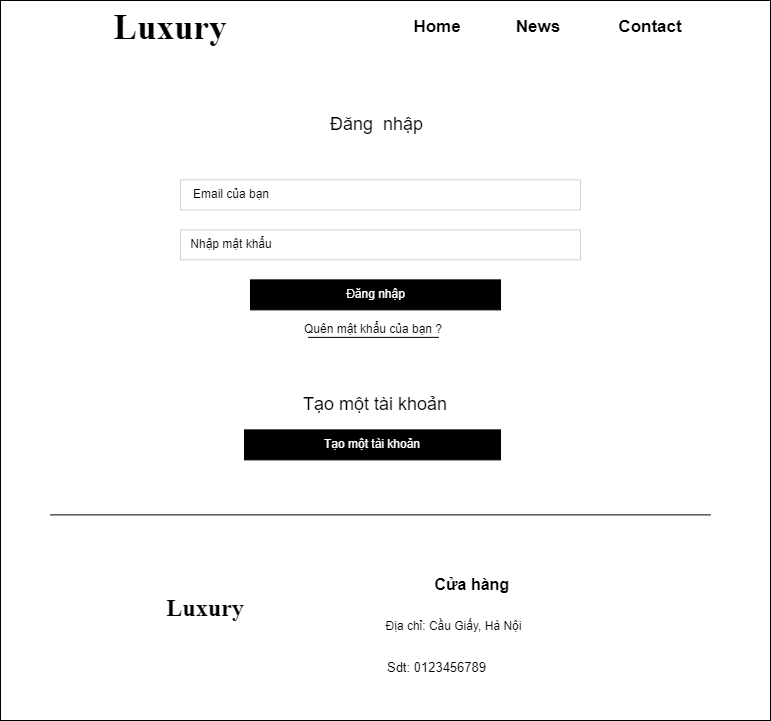
Earlier version of the draw.io export ASM/images/contact.ipad.png (yenphph/web106_yenphph). Source tidied: cells renumbered, new cells last; positions are measured from the earlier drawing's top-left corner, leaving out a move shared by most shapes. Source of this version:
```xml
<mxGraphModel background="#ffffff">
  <root>
    <mxCell id="0" />
    <mxCell id="1" parent="0" />
    <mxCell id="2" style="rounded=0;whiteSpace=wrap;html=1;" parent="1" vertex="1">
      <mxGeometry width="770" height="720" as="geometry" />
    </mxCell>
    <mxCell id="3" value="Đăng&amp;nbsp; nhập&amp;nbsp;" style="text;html=1;strokeColor=none;fillColor=none;align=center;verticalAlign=middle;whiteSpace=wrap;rounded=0;fontSize=18;" parent="1" vertex="1">
      <mxGeometry x="324" y="109.4" width="110" height="30" as="geometry" />
    </mxCell>
    <mxCell id="4" style="rounded=0;whiteSpace=wrap;html=1;strokeWidth=0;" parent="1" vertex="1">
      <mxGeometry x="180" y="179.4" width="400" height="30" as="geometry" />
    </mxCell>
    <mxCell id="5" style="rounded=0;whiteSpace=wrap;html=1;strokeWidth=0;" parent="1" vertex="1">
      <mxGeometry x="180" y="229.4" width="400" height="30" as="geometry" />
    </mxCell>
    <mxCell id="6" value="Email của bạn" style="text;html=1;strokeColor=none;fillColor=none;align=center;verticalAlign=middle;whiteSpace=wrap;rounded=0;" parent="1" vertex="1">
      <mxGeometry x="181" y="179.4" width="100" height="30" as="geometry" />
    </mxCell>
    <mxCell id="7" value="Nhập mật khẩu" style="text;html=1;strokeColor=none;fillColor=none;align=center;verticalAlign=middle;whiteSpace=wrap;rounded=0;" parent="1" vertex="1">
      <mxGeometry x="181" y="229.4" width="100" height="30" as="geometry" />
    </mxCell>
    <mxCell id="8" style="rounded=0;whiteSpace=wrap;html=1;strokeWidth=1;fillColor=#000000;" parent="1" vertex="1">
      <mxGeometry x="250" y="279.4" width="250" height="30" as="geometry" />
    </mxCell>
    <mxCell id="9" value="Đăng nhập" style="text;html=1;strokeColor=none;fillColor=none;align=center;verticalAlign=middle;whiteSpace=wrap;rounded=0;fontColor=#FFFFFF;" parent="1" vertex="1">
      <mxGeometry x="334.5" y="279.4" width="81" height="30" as="geometry" />
    </mxCell>
    <mxCell id="10" value="Quên mật khẩu của bạn ?" style="text;html=1;strokeColor=none;fillColor=none;align=center;verticalAlign=middle;whiteSpace=wrap;rounded=0;" parent="1" vertex="1">
      <mxGeometry x="300" y="309.4" width="146" height="40" as="geometry" />
    </mxCell>
    <mxCell id="11" style="line;strokeWidth=1;html=1;" parent="1" vertex="1">
      <mxGeometry x="307.5" y="329.4" width="131" height="15" as="geometry" />
    </mxCell>
    <mxCell id="12" value="&lt;font style=&quot;font-size: 18px;&quot;&gt;Tạo một tài khoản&lt;/font&gt;" style="text;html=1;strokeColor=none;fillColor=none;align=center;verticalAlign=middle;whiteSpace=wrap;rounded=0;fontSize=18;" parent="1" vertex="1">
      <mxGeometry x="290" y="389.4" width="170" height="30" as="geometry" />
    </mxCell>
    <mxCell id="13" value="&lt;font color=&quot;#ffffff&quot;&gt;Tạo một tài khoản&lt;/font&gt;" style="rounded=0;whiteSpace=wrap;html=1;strokeWidth=1;strokeColor=#000000;fillColor=#000000;" parent="1" vertex="1">
      <mxGeometry x="244" y="429.4" width="256" height="30" as="geometry" />
    </mxCell>
    <mxCell id="14" style="line;strokeWidth=1;dashed=0;labelPosition=right;align=left;verticalAlign=middle;spacingTop=0;spacingLeft=6;" parent="1" vertex="1">
      <mxGeometry x="50" y="509.4" width="660" height="10" as="geometry" />
    </mxCell>
    <mxCell id="15" value="&lt;font style=&quot;font-size: 24px;&quot;&gt;Luxury&lt;/font&gt;" style="text;html=1;strokeColor=none;fillColor=none;align=center;verticalAlign=middle;whiteSpace=wrap;rounded=0;fontSize=35;fontStyle=1;fontFamily=Times New Roman;" parent="1" vertex="1">
      <mxGeometry x="150" y="589.4" width="110" height="30" as="geometry" />
    </mxCell>
    <mxCell id="16" value="Cửa hàng&amp;nbsp;" style="text;html=1;strokeColor=none;fillColor=none;align=center;verticalAlign=middle;whiteSpace=wrap;rounded=0;fontSize=16;fontStyle=1;" parent="1" vertex="1">
      <mxGeometry x="380" y="569.4" width="188" height="30" as="geometry" />
    </mxCell>
    <mxCell id="17" value="Địa chỉ: Cầu Giấy, Hà Nội" style="text;html=1;align=center;verticalAlign=middle;strokeColor=none;fillColor=none;fontSize=12;" parent="1" vertex="1">
      <mxGeometry x="370" y="609.4" width="165" height="33" as="geometry" />
    </mxCell>
    <mxCell id="18" value="Sdt: 0123456789" style="text;html=1;strokeColor=none;fillColor=none;align=center;verticalAlign=middle;whiteSpace=wrap;rounded=0;fontSize=13;" parent="1" vertex="1">
      <mxGeometry x="373" y="659.4" width="127" height="15" as="geometry" />
    </mxCell>
    <mxCell id="19" value="&lt;span style=&quot;font-size: 17px;&quot;&gt;&lt;b&gt;Home&lt;/b&gt;&lt;/span&gt;" style="text;html=1;strokeColor=none;fillColor=none;align=center;verticalAlign=middle;whiteSpace=wrap;rounded=0;" parent="1" vertex="1">
      <mxGeometry x="394.5" y="11.6" width="84" height="30" as="geometry" />
    </mxCell>
    <mxCell id="20" value="&lt;b&gt;&lt;font style=&quot;font-size: 17px;&quot;&gt;News&lt;/font&gt;&lt;/b&gt;" style="text;html=1;strokeColor=none;fillColor=none;align=center;verticalAlign=middle;whiteSpace=wrap;rounded=0;" parent="1" vertex="1">
      <mxGeometry x="508" y="11.6" width="60" height="30" as="geometry" />
    </mxCell>
    <mxCell id="21" value="&lt;span style=&quot;font-size: 17px;&quot;&gt;&lt;b&gt;Contact&lt;/b&gt;&lt;/span&gt;" style="text;html=1;strokeColor=none;fillColor=none;align=center;verticalAlign=middle;whiteSpace=wrap;rounded=0;" parent="1" vertex="1">
      <mxGeometry x="620" y="11.6" width="60" height="30" as="geometry" />
    </mxCell>
    <mxCell id="22" value="Luxury" style="text;html=1;strokeColor=none;fillColor=none;align=center;verticalAlign=middle;whiteSpace=wrap;rounded=0;fontSize=35;fontStyle=1;fontFamily=Times New Roman;" parent="1" vertex="1">
      <mxGeometry x="90" width="160" height="53.1" as="geometry" />
    </mxCell>
  </root>
</mxGraphModel>
```
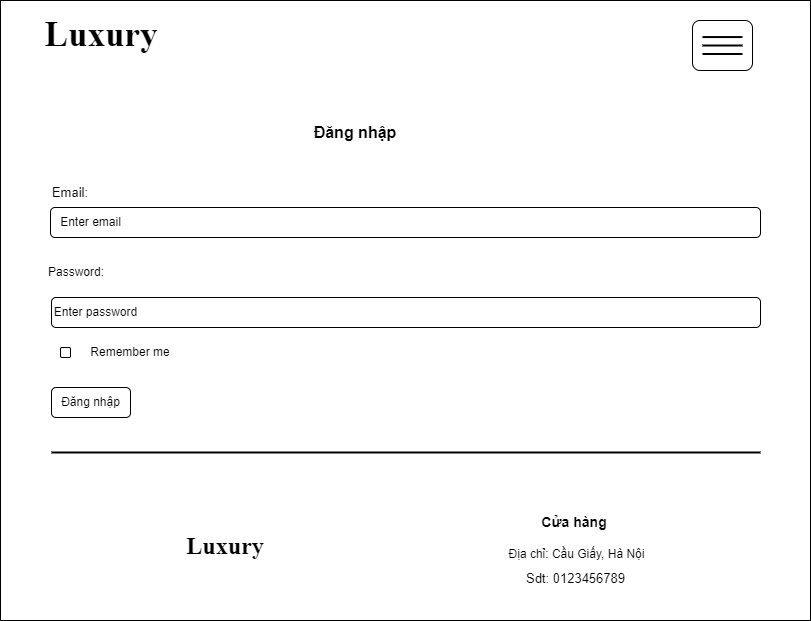
After the commit.

The edit, as a diff of the source:
```diff
@@ -2,68 +2,71 @@
   <root>
     <mxCell id="0" />
     <mxCell id="1" parent="0" />
-    <mxCell id="2" style="rounded=0;whiteSpace=wrap;html=1;" parent="1" vertex="1">
-      <mxGeometry width="770" height="720" as="geometry" />
-    </mxCell>
-    <mxCell id="3" value="Đăng&amp;nbsp; nhập&amp;nbsp;" style="text;html=1;strokeColor=none;fillColor=none;align=center;verticalAlign=middle;whiteSpace=wrap;rounded=0;fontSize=18;" parent="1" vertex="1">
-      <mxGeometry x="324" y="109.4" width="110" height="30" as="geometry" />
-    </mxCell>
-    <mxCell id="4" style="rounded=0;whiteSpace=wrap;html=1;strokeWidth=0;" parent="1" vertex="1">
-      <mxGeometry x="180" y="179.4" width="400" height="30" as="geometry" />
-    </mxCell>
-    <mxCell id="5" style="rounded=0;whiteSpace=wrap;html=1;strokeWidth=0;" parent="1" vertex="1">
-      <mxGeometry x="180" y="229.4" width="400" height="30" as="geometry" />
-    </mxCell>
-    <mxCell id="6" value="Email của bạn" style="text;html=1;strokeColor=none;fillColor=none;align=center;verticalAlign=middle;whiteSpace=wrap;rounded=0;" parent="1" vertex="1">
-      <mxGeometry x="181" y="179.4" width="100" height="30" as="geometry" />
-    </mxCell>
-    <mxCell id="7" value="Nhập mật khẩu" style="text;html=1;strokeColor=none;fillColor=none;align=center;verticalAlign=middle;whiteSpace=wrap;rounded=0;" parent="1" vertex="1">
-      <mxGeometry x="181" y="229.4" width="100" height="30" as="geometry" />
-    </mxCell>
-    <mxCell id="8" style="rounded=0;whiteSpace=wrap;html=1;strokeWidth=1;fillColor=#000000;" parent="1" vertex="1">
-      <mxGeometry x="250" y="279.4" width="250" height="30" as="geometry" />
-    </mxCell>
-    <mxCell id="9" value="Đăng nhập" style="text;html=1;strokeColor=none;fillColor=none;align=center;verticalAlign=middle;whiteSpace=wrap;rounded=0;fontColor=#FFFFFF;" parent="1" vertex="1">
-      <mxGeometry x="334.5" y="279.4" width="81" height="30" as="geometry" />
-    </mxCell>
-    <mxCell id="10" value="Quên mật khẩu của bạn ?" style="text;html=1;strokeColor=none;fillColor=none;align=center;verticalAlign=middle;whiteSpace=wrap;rounded=0;" parent="1" vertex="1">
-      <mxGeometry x="300" y="309.4" width="146" height="40" as="geometry" />
-    </mxCell>
-    <mxCell id="11" style="line;strokeWidth=1;html=1;" parent="1" vertex="1">
-      <mxGeometry x="307.5" y="329.4" width="131" height="15" as="geometry" />
-    </mxCell>
-    <mxCell id="12" value="&lt;font style=&quot;font-size: 18px;&quot;&gt;Tạo một tài khoản&lt;/font&gt;" style="text;html=1;strokeColor=none;fillColor=none;align=center;verticalAlign=middle;whiteSpace=wrap;rounded=0;fontSize=18;" parent="1" vertex="1">
-      <mxGeometry x="290" y="389.4" width="170" height="30" as="geometry" />
-    </mxCell>
-    <mxCell id="13" value="&lt;font color=&quot;#ffffff&quot;&gt;Tạo một tài khoản&lt;/font&gt;" style="rounded=0;whiteSpace=wrap;html=1;strokeWidth=1;strokeColor=#000000;fillColor=#000000;" parent="1" vertex="1">
-      <mxGeometry x="244" y="429.4" width="256" height="30" as="geometry" />
-    </mxCell>
-    <mxCell id="14" style="line;strokeWidth=1;dashed=0;labelPosition=right;align=left;verticalAlign=middle;spacingTop=0;spacingLeft=6;" parent="1" vertex="1">
-      <mxGeometry x="50" y="509.4" width="660" height="10" as="geometry" />
-    </mxCell>
+    <mxCell id="23" style="rounded=0;whiteSpace=wrap;html=1;" parent="1" vertex="1">
+      <mxGeometry y="-40" width="810" height="620" as="geometry" />
+    </mxCell>
+    <mxCell id="22" value="Luxury" style="text;html=1;strokeColor=none;fillColor=none;align=center;verticalAlign=middle;whiteSpace=wrap;rounded=0;fontSize=35;fontStyle=1;fontFamily=Times New Roman;" parent="1" vertex="1">
+      <mxGeometry x="46" y="-33" width="110" height="53.1" as="geometry" />
+    </mxCell>
+    <mxCell id="24" value="Đăng nhập" style="text;html=1;strokeColor=none;fillColor=none;align=center;verticalAlign=middle;whiteSpace=wrap;rounded=0;fontStyle=1;fontSize=16;" parent="1" vertex="1">
+      <mxGeometry x="300" y="77" width="110" height="30" as="geometry" />
+    </mxCell>
+    <mxCell id="25" value="&lt;font style=&quot;font-size: 13px;&quot;&gt;Email:&lt;/font&gt;" style="text;html=1;strokeColor=none;fillColor=none;align=center;verticalAlign=middle;whiteSpace=wrap;rounded=0;" parent="1" vertex="1">
+      <mxGeometry x="30" y="137" width="80" height="30" as="geometry" />
+    </mxCell>
+    <mxCell id="26" style="rounded=1;whiteSpace=wrap;html=1;" parent="1" vertex="1">
+      <mxGeometry x="50" y="167" width="710" height="30" as="geometry" />
+    </mxCell>
+    <mxCell id="27" value="Enter email" style="text;html=1;strokeColor=none;fillColor=none;align=center;verticalAlign=middle;whiteSpace=wrap;rounded=0;" parent="1" vertex="1">
+      <mxGeometry x="51" y="167" width="79" height="30" as="geometry" />
+    </mxCell>
+    <mxCell id="28" value="Password:" style="text;html=1;strokeColor=none;fillColor=none;align=center;verticalAlign=middle;whiteSpace=wrap;rounded=0;" parent="1" vertex="1">
+      <mxGeometry x="46" y="217" width="60" height="30" as="geometry" />
+    </mxCell>
+    <mxCell id="29" style="rounded=1;whiteSpace=wrap;html=1;" parent="1" vertex="1">
+      <mxGeometry x="51" y="257" width="709" height="30" as="geometry" />
+    </mxCell>
+    <mxCell id="30" value="Enter password" style="text;html=1;strokeColor=none;fillColor=none;align=center;verticalAlign=middle;whiteSpace=wrap;rounded=0;" parent="1" vertex="1">
+      <mxGeometry x="51" y="257" width="89" height="30" as="geometry" />
+    </mxCell>
+    <mxCell id="31" style="rounded=1;whiteSpace=wrap;html=1;" parent="1" vertex="1">
+      <mxGeometry x="60" y="307" width="10" height="10" as="geometry" />
+    </mxCell>
+    <mxCell id="32" value="Remember me" style="text;html=1;strokeColor=none;fillColor=none;align=center;verticalAlign=middle;whiteSpace=wrap;rounded=0;" parent="1" vertex="1">
+      <mxGeometry x="80" y="297" width="100" height="30" as="geometry" />
+    </mxCell>
+    <mxCell id="33" style="rounded=1;whiteSpace=wrap;html=1;" parent="1" vertex="1">
+      <mxGeometry x="51" y="347" width="79" height="30" as="geometry" />
+    </mxCell>
+    <mxCell id="34" value="Đăng nhập" style="text;html=1;strokeColor=none;fillColor=none;align=center;verticalAlign=middle;whiteSpace=wrap;rounded=0;" parent="1" vertex="1">
+      <mxGeometry x="51" y="347" width="79" height="30" as="geometry" />
+    </mxCell>
+    <mxCell id="35" style="line;strokeWidth=2;html=1;" parent="1" vertex="1">
+      <mxGeometry x="51" y="407" width="709" height="10" as="geometry" />
+    </mxCell>
     <mxCell id="15" value="&lt;font style=&quot;font-size: 24px;&quot;&gt;Luxury&lt;/font&gt;" style="text;html=1;strokeColor=none;fillColor=none;align=center;verticalAlign=middle;whiteSpace=wrap;rounded=0;fontSize=35;fontStyle=1;fontFamily=Times New Roman;" parent="1" vertex="1">
-      <mxGeometry x="150" y="589.4" width="110" height="30" as="geometry" />
+      <mxGeometry x="170" y="487" width="110" height="30" as="geometry" />
     </mxCell>
-    <mxCell id="16" value="Cửa hàng&amp;nbsp;" style="text;html=1;strokeColor=none;fillColor=none;align=center;verticalAlign=middle;whiteSpace=wrap;rounded=0;fontSize=16;fontStyle=1;" parent="1" vertex="1">
-      <mxGeometry x="380" y="569.4" width="188" height="30" as="geometry" />
+    <mxCell id="16" value="Cửa hàng&amp;nbsp;" style="text;html=1;strokeColor=none;fillColor=none;align=center;verticalAlign=middle;whiteSpace=wrap;rounded=0;fontSize=14;fontStyle=1;" parent="1" vertex="1">
+      <mxGeometry x="482" y="467" width="188" height="30" as="geometry" />
     </mxCell>
     <mxCell id="17" value="Địa chỉ: Cầu Giấy, Hà Nội" style="text;html=1;align=center;verticalAlign=middle;strokeColor=none;fillColor=none;fontSize=12;" parent="1" vertex="1">
-      <mxGeometry x="370" y="609.4" width="165" height="33" as="geometry" />
+      <mxGeometry x="493.5" y="497" width="165" height="33" as="geometry" />
     </mxCell>
     <mxCell id="18" value="Sdt: 0123456789" style="text;html=1;strokeColor=none;fillColor=none;align=center;verticalAlign=middle;whiteSpace=wrap;rounded=0;fontSize=13;" parent="1" vertex="1">
-      <mxGeometry x="373" y="659.4" width="127" height="15" as="geometry" />
+      <mxGeometry x="512" y="530" width="127" height="15" as="geometry" />
     </mxCell>
-    <mxCell id="19" value="&lt;span style=&quot;font-size: 17px;&quot;&gt;&lt;b&gt;Home&lt;/b&gt;&lt;/span&gt;" style="text;html=1;strokeColor=none;fillColor=none;align=center;verticalAlign=middle;whiteSpace=wrap;rounded=0;" parent="1" vertex="1">
-      <mxGeometry x="394.5" y="11.6" width="84" height="30" as="geometry" />
-    </mxCell>
-    <mxCell id="20" value="&lt;b&gt;&lt;font style=&quot;font-size: 17px;&quot;&gt;News&lt;/font&gt;&lt;/b&gt;" style="text;html=1;strokeColor=none;fillColor=none;align=center;verticalAlign=middle;whiteSpace=wrap;rounded=0;" parent="1" vertex="1">
-      <mxGeometry x="508" y="11.6" width="60" height="30" as="geometry" />
-    </mxCell>
-    <mxCell id="21" value="&lt;span style=&quot;font-size: 17px;&quot;&gt;&lt;b&gt;Contact&lt;/b&gt;&lt;/span&gt;" style="text;html=1;strokeColor=none;fillColor=none;align=center;verticalAlign=middle;whiteSpace=wrap;rounded=0;" parent="1" vertex="1">
-      <mxGeometry x="620" y="11.6" width="60" height="30" as="geometry" />
-    </mxCell>
-    <mxCell id="22" value="Luxury" style="text;html=1;strokeColor=none;fillColor=none;align=center;verticalAlign=middle;whiteSpace=wrap;rounded=0;fontSize=35;fontStyle=1;fontFamily=Times New Roman;" parent="1" vertex="1">
-      <mxGeometry x="90" width="160" height="53.1" as="geometry" />
-    </mxCell>
+    <mxCell id="36" style="rounded=1;whiteSpace=wrap;html=1;" parent="1" vertex="1">
+      <mxGeometry x="692" y="-20" width="60" height="50" as="geometry" />
+    </mxCell>
+    <mxCell id="37" style="line;strokeWidth=2;html=1;" parent="1" vertex="1">
+      <mxGeometry x="702" y="-7.4" width="40" height="8" as="geometry" />
+    </mxCell>
+    <mxCell id="38" style="line;strokeWidth=2;html=1;" parent="1" vertex="1">
+      <mxGeometry x="702" y="1" width="40" height="8" as="geometry" />
+    </mxCell>
+    <mxCell id="39" style="line;strokeWidth=2;html=1;" parent="1" vertex="1">
+      <mxGeometry x="702" y="9" width="40" height="9" as="geometry" />
+    </mxCell>
   </root>
 </mxGraphModel>
```
